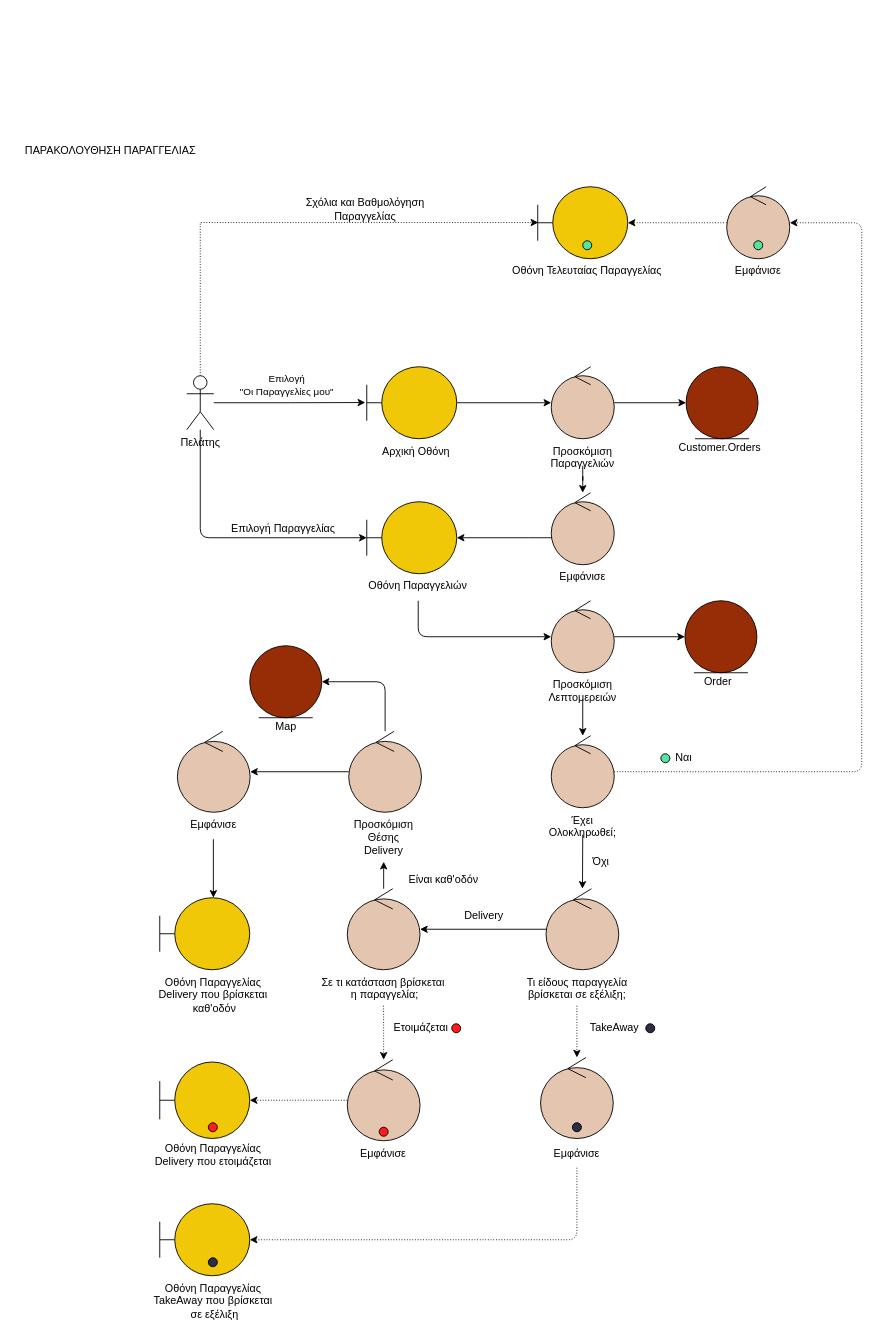
Above: docs/contributions/itsikelis/Phase 5/After Order Revamp/robustness-v0.3-customer-after-order.drawio in iloudaros/nomnomr (draw.io), before the change. Source tidied: cells renumbered, new cells numbered last; positions are measured from the earlier drawing's top-left corner, leaving out a move shared by most shapes. Both pictures are drawn from the tidied source at 90%, with x=0, y=0 at pixel (15, 141).
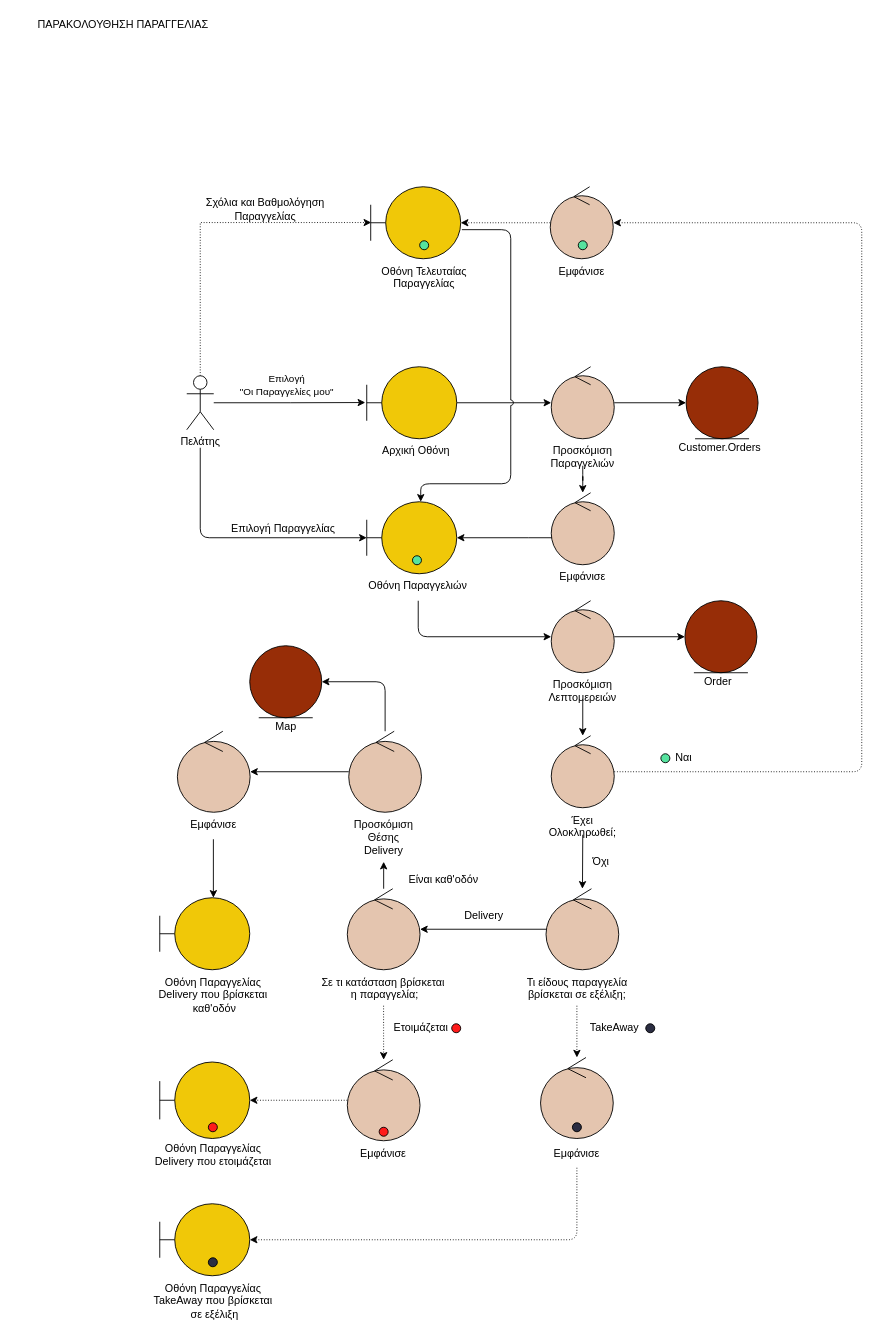
Above is the later version.

The change refers to these unchanged cells:
```xml
<mxCell id="6" value="Πελάτης" style="shape=umlActor;verticalLabelPosition=bottom;verticalAlign=top;html=1;" parent="1" vertex="1">
  <mxGeometry x="190" y="260" width="30" height="60" as="geometry" />
</mxCell>
<mxCell id="11" style="shape=umlBoundary;whiteSpace=wrap;html=1;fillColor=#F0C808;strokeColor=#000000;" parent="1" vertex="1">
  <mxGeometry x="390" y="400" width="100" height="80" as="geometry" />
</mxCell>
```

What changed in the source:
```diff
@@
-    <mxCell id="5" style="edgeStyle=orthogonalEdgeStyle;rounded=1;jumpStyle=arc;jettySize=auto;html=1;" parent="1" edge="1" source="6" target="11">
+    <mxCell id="5" style="edgeStyle=orthogonalEdgeStyle;rounded=1;jumpStyle=arc;jettySize=auto;html=1;" parent="1" edge="1" target="11">
       <mxGeometry relative="1" as="geometry">
+        <mxPoint x="205" y="340" as="sourcePoint" />
         <Array as="points">
           <mxPoint x="205" y="440" />
         </Array>
       </mxGeometry>
     </mxCell>
@@
     <mxCell id="17" style="ellipse;shape=umlControl;whiteSpace=wrap;html=1;fillColor=#E4C5AF;fontColor=#ffffff;strokeColor=#000000;" parent="1" vertex="1">
-      <mxGeometry x="790" y="50" width="70" height="80" as="geometry" />
+      <mxGeometry x="593.9" y="50" width="70" height="80" as="geometry" />
     </mxCell>
@@
     <mxCell id="19" style="shape=umlBoundary;whiteSpace=wrap;html=1;fillColor=#F0C808;fontColor=#ffffff;strokeColor=#000000;" parent="1" vertex="1">
-      <mxGeometry x="580" y="50" width="100" height="80" as="geometry" />
+      <mxGeometry x="394.4" y="50" width="100" height="80" as="geometry" />
     </mxCell>
     <mxCell id="20" value="ΠΑΡΑΚΟΛΟΥΘΗΣΗ ΠΑΡΑΓΓΕΛΙΑΣ" style="text;html=1;align=center;verticalAlign=middle;strokeColor=none;fillColor=none;" parent="1" vertex="1">
-      <mxGeometry width="210" height="20" as="geometry" />
+      <mxGeometry x="14" y="-140" width="210" height="20" as="geometry" />
     </mxCell>
     <mxCell id="21" value="Σχόλια και Βαθμολόγηση&lt;br&gt;Παραγγελίας" style="text;html=1;align=center;verticalAlign=middle;strokeColor=none;fillColor=none;fontColor=#000000;" parent="1" vertex="1">
-      <mxGeometry x="312.5" y="60" width="150" height="30" as="geometry" />
+      <mxGeometry x="202.2" y="60" width="150" height="30" as="geometry" />
     </mxCell>
@@
     <mxCell id="31" value="&lt;span style=&quot;font-family: helvetica; font-size: 12px; font-style: normal; font-weight: 400; letter-spacing: normal; text-indent: 0px; text-transform: none; word-spacing: 0px; display: inline; float: none;&quot;&gt;Οθόνη Τελευταίας Παραγγελίας&lt;/span&gt;" style="text;whiteSpace=wrap;html=1;align=center;fontColor=default;labelBackgroundColor=none;" parent="1" vertex="1">
-      <mxGeometry x="530" y="130" width="210" height="30" as="geometry" />
+      <mxGeometry x="379.9" y="130" width="147.8" height="20" as="geometry" />
     </mxCell>
     <mxCell id="32" value="&lt;span style=&quot;font-family: helvetica; font-size: 12px; font-style: normal; font-weight: 400; letter-spacing: normal; text-indent: 0px; text-transform: none; word-spacing: 0px; display: inline; float: none;&quot;&gt;Εμφάνισε&lt;/span&gt;" style="text;whiteSpace=wrap;html=1;align=center;fontColor=default;labelBackgroundColor=none;" parent="1" vertex="1">
-      <mxGeometry x="785" y="130" width="80" height="30" as="geometry" />
+      <mxGeometry x="589.2" y="130" width="80" height="30" as="geometry" />
     </mxCell>
@@
     <mxCell id="83" style="shape=ellipse;fillColor=#56E39F;strokeColor=default;html=1;sketch=0;" parent="1" vertex="1">
-      <mxGeometry x="820" y="110" width="10" height="10" as="geometry" />
+      <mxGeometry x="625" y="110" width="10" height="10" as="geometry" />
     </mxCell>
     <mxCell id="84" style="shape=ellipse;fillColor=#56E39F;strokeColor=default;html=1;sketch=0;" parent="1" vertex="1">
-      <mxGeometry x="630" y="110" width="10" height="10" as="geometry" />
+      <mxGeometry x="448.8" y="110" width="10" height="10" as="geometry" />
     </mxCell>
+    <mxCell id="85" style="rounded=1;jettySize=auto;html=1;elbow=vertical;edgeStyle=orthogonalEdgeStyle;exitX=1.013;exitY=0.596;exitDx=0;exitDy=0;exitPerimeter=0;jumpStyle=arc;" parent="1" edge="1" source="19">
+      <mxGeometry relative="1" as="geometry">
+        <mxPoint x="450" y="400" as="targetPoint" />
+        <Array as="points">
+          <mxPoint x="550" y="98" />
+          <mxPoint x="550" y="380" />
+          <mxPoint x="450" y="380" />
+        </Array>
+      </mxGeometry>
+    </mxCell>
+    <mxCell id="86" style="shape=ellipse;fillColor=#56E39F;strokeColor=default;html=1;sketch=0;" parent="1" vertex="1">
+      <mxGeometry x="440.8" y="460" width="10" height="10" as="geometry" />
+    </mxCell>
```
